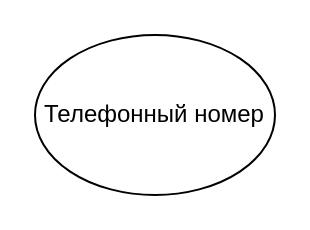
markov-avl/DatabaseDevelopmentTechnology keeps this draw.io diagram as page "task-6" (6 of 6) of coursework/graphics/drawio/shop-assistant-tasks.drawio. Above is the earlier version. Source tidied: cells renumbered, new cells numbered last; positions are measured from the earlier drawing's top-left corner, leaving out a move shared by most shapes. Both pictures are drawn from the tidied source at 200%, with x=0, y=0 at pixel (34, 34).
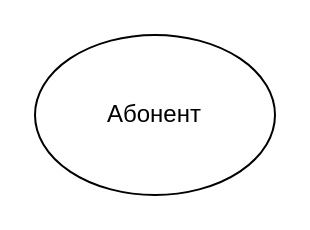
The same diagram, later.

Change to the diagram source:
```diff
@@
 <mxGraphModel>
   <root>
     <mxCell id="0" />
     <mxCell id="1" parent="0" />
-    <mxCell id="2" value="Телефонный номер" style="ellipse;whiteSpace=wrap;html=1;" parent="1" vertex="1">
+    <mxCell id="2" value="Абонент" style="ellipse;whiteSpace=wrap;html=1;" parent="1" vertex="1">
       <mxGeometry width="120" height="80" as="geometry" />
     </mxCell>
   </root>
 </mxGraphModel>
```
